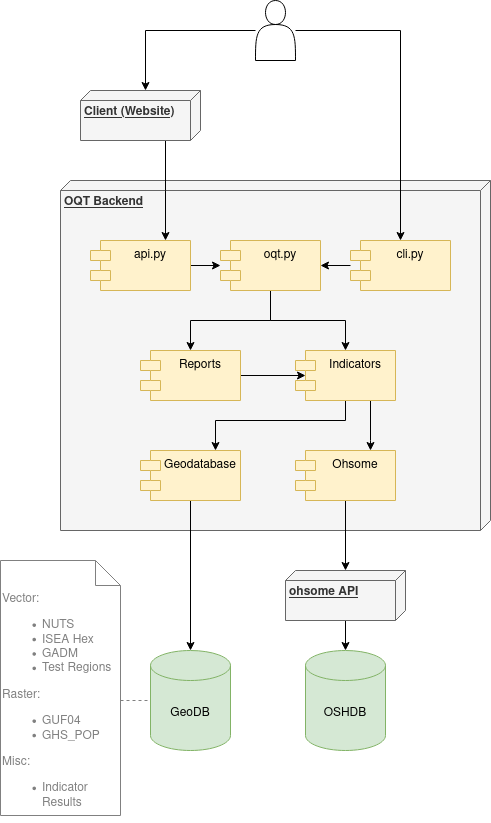
Earlier version of the draw.io export docs/UML-Component-Diagram.png (GIScience/ohsome-quality-api). Source tidied: cells renumbered, new cells last; positions are measured from the earlier drawing's top-left corner, leaving out a move shared by most shapes.
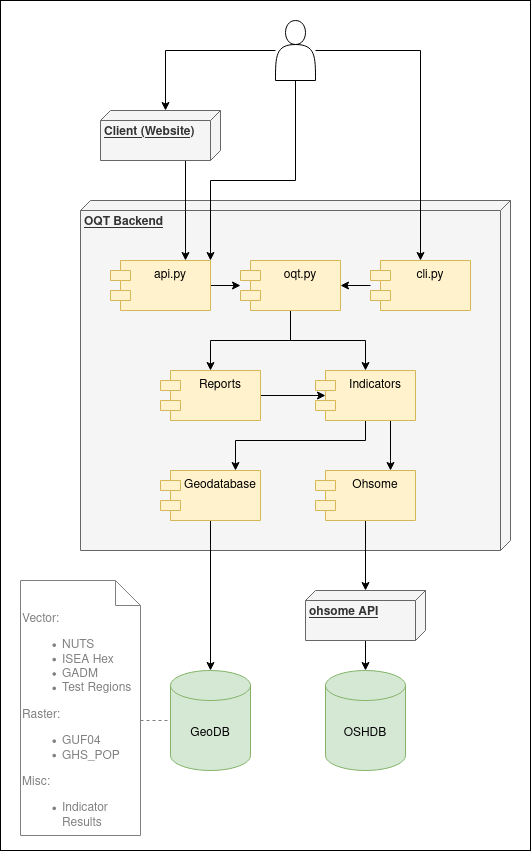
After the commit.

Commit message:
Make more readable

Diff of the diagram source:
```diff
@@ -2,6 +2,9 @@
   <root>
     <mxCell id="0" />
     <mxCell id="1" parent="0" />
+    <mxCell id="30" style="rounded=0;whiteSpace=wrap;html=1;" parent="1" vertex="1">
+      <mxGeometry x="-20" y="-20" width="530" height="850" as="geometry" />
+    </mxCell>
     <mxCell id="2" value="&lt;b&gt;OQT Backend&lt;/b&gt;" style="verticalAlign=top;align=left;spacingTop=8;spacingLeft=2;spacingRight=12;shape=cube;size=10;direction=south;fontStyle=4;html=1;fillColor=#f5f5f5;strokeColor=#666666;fontColor=#333333;" parent="1" vertex="1">
       <mxGeometry x="60" y="180" width="430" height="350" as="geometry" />
     </mxCell>
@@ -57,6 +60,14 @@
     <mxCell id="16" style="edgeStyle=orthogonalEdgeStyle;rounded=0;jettySize=auto;html=1;" parent="1" edge="1" source="17" target="9">
       <mxGeometry relative="1" as="geometry" />
     </mxCell>
+    <mxCell id="31" style="edgeStyle=orthogonalEdgeStyle;rounded=0;jettySize=auto;html=1;exitX=0.5;exitY=1;exitDx=0;exitDy=0;entryX=1;entryY=0;entryDx=0;entryDy=0;" parent="1" edge="1" source="17" target="4">
+      <mxGeometry relative="1" as="geometry">
+        <Array as="points">
+          <mxPoint x="275" y="160" />
+          <mxPoint x="190" y="160" />
+        </Array>
+      </mxGeometry>
+    </mxCell>
     <mxCell id="17" style="shape=actor;whiteSpace=wrap;html=1;flipH=1;" parent="1" vertex="1">
       <mxGeometry x="255" width="40" height="60" as="geometry" />
     </mxCell>
```
